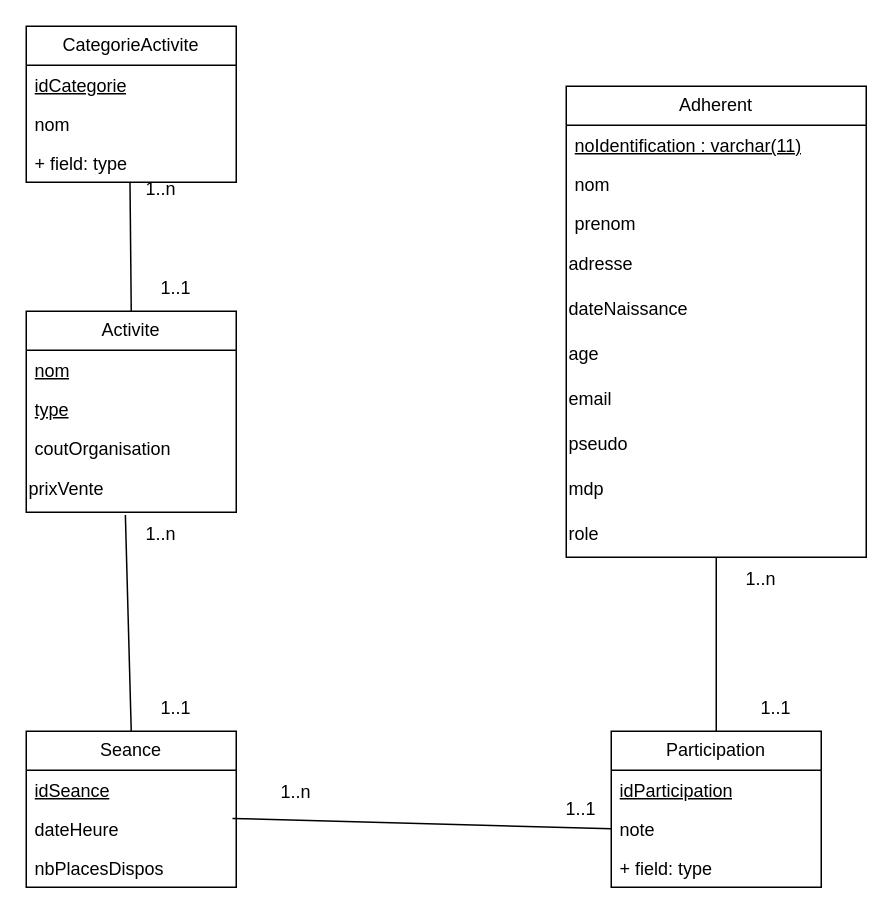
The draw.io diagram ProjetFinalBDProg.drawio in FloFlo410/Prog-Graphique-Projet-Final, before the edit. Source tidied: cells renumbered, new cells numbered last; positions are measured from the earlier drawing's top-left corner, leaving out a move shared by most shapes. Both pictures are drawn from the tidied source at 150%, with x=0, y=0 at pixel (26, 26).
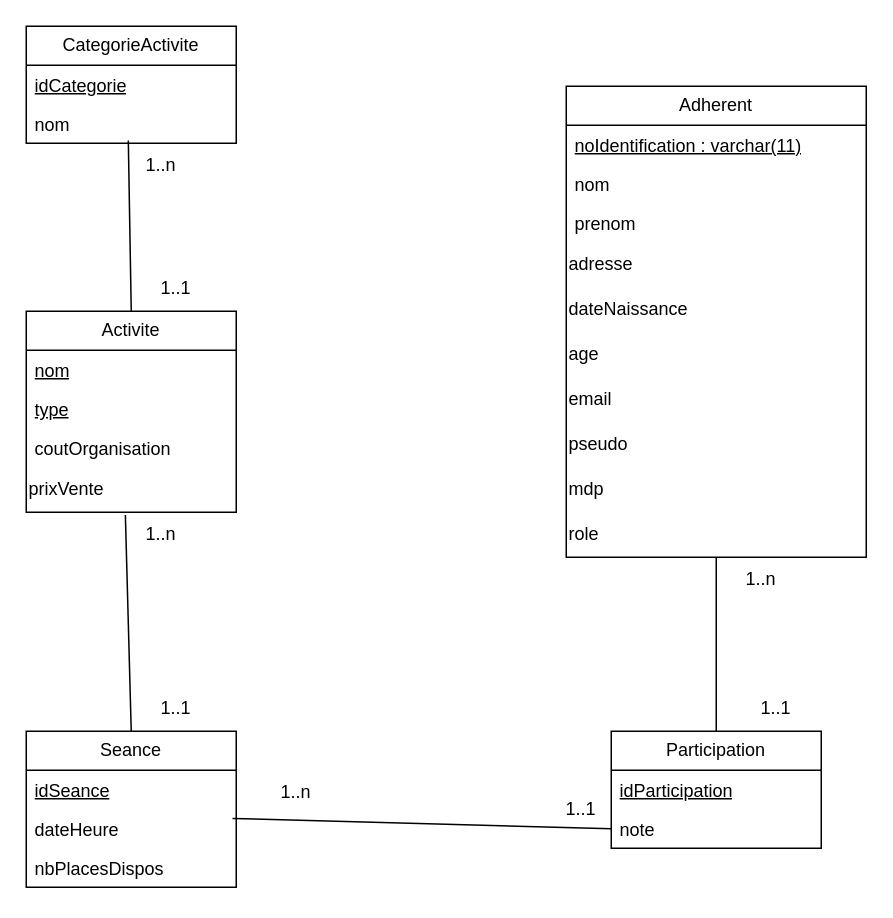
The same page after the edit.

The change refers to these unchanged cells:
```xml
<mxCell id="2" value="Activite" style="swimlane;fontStyle=0;horizontal=1;startSize=26;fillColor=none;whiteSpace=wrap;html=1;" parent="1" vertex="1">
  <mxGeometry y="190" width="140" height="134" as="geometry" />
</mxCell>
<mxCell id="34" value="nom" style="text;strokeColor=none;fillColor=none;align=left;verticalAlign=top;spacingLeft=4;spacingRight=4;overflow=hidden;points=[[0,0.5],[1,0.5]];portConstraint=eastwest;whiteSpace=wrap;html=1;" parent="32" vertex="1">
  <mxGeometry y="52" width="140" height="26" as="geometry" />
</mxCell>
```

The edit, as a diff of the source:
```diff
@@
     <mxCell id="25" value="Participation" style="swimlane;fontStyle=0;horizontal=1;startSize=26;fillColor=none;whiteSpace=wrap;html=1;" parent="1" vertex="1">
-      <mxGeometry x="390" y="470" width="140" height="104" as="geometry" />
+      <mxGeometry x="390" y="470" width="140" height="78" as="geometry" />
     </mxCell>
@@
-    <mxCell id="28" value="+ field: type" style="text;strokeColor=none;fillColor=none;align=left;verticalAlign=top;spacingLeft=4;spacingRight=4;overflow=hidden;whiteSpace=wrap;html=1;" parent="25" vertex="1">
-      <mxGeometry y="78" width="140" height="26" as="geometry" />
-    </mxCell>
@@
     <mxCell id="32" value="CategorieActivite" style="swimlane;fontStyle=0;horizontal=1;startSize=26;fillColor=none;whiteSpace=wrap;html=1;" parent="1" vertex="1">
-      <mxGeometry width="140" height="104" as="geometry" />
+      <mxGeometry width="140" height="78" as="geometry" />
     </mxCell>
@@
-    <mxCell id="35" value="+ field: type" style="text;strokeColor=none;fillColor=none;align=left;verticalAlign=top;spacingLeft=4;spacingRight=4;overflow=hidden;points=[[0,0.5],[1,0.5]];portConstraint=eastwest;whiteSpace=wrap;html=1;" parent="32" vertex="1">
-      <mxGeometry y="78" width="140" height="26" as="geometry" />
-    </mxCell>
@@
-    <mxCell id="39" style="endArrow=none;html=1;rounded=0;entryX=0.494;entryY=1.006;entryDx=0;entryDy=0;entryPerimeter=0;exitX=0.5;exitY=0;exitDx=0;exitDy=0;" parent="1" edge="1" source="2" target="35">
+    <mxCell id="39" style="endArrow=none;html=1;rounded=0;entryX=0.486;entryY=0.931;entryDx=0;entryDy=0;entryPerimeter=0;exitX=0.5;exitY=0;exitDx=0;exitDy=0;" parent="1" edge="1" source="2" target="34">
       <mxGeometry relative="1" as="geometry" />
     </mxCell>
     <mxCell id="40" value="1..n" style="text;html=1;align=center;verticalAlign=middle;whiteSpace=wrap;rounded=0;" parent="1" vertex="1">
-      <mxGeometry x="60" y="94" width="60" height="30" as="geometry" />
+      <mxGeometry x="60" y="78" width="60" height="30" as="geometry" />
     </mxCell>
```
